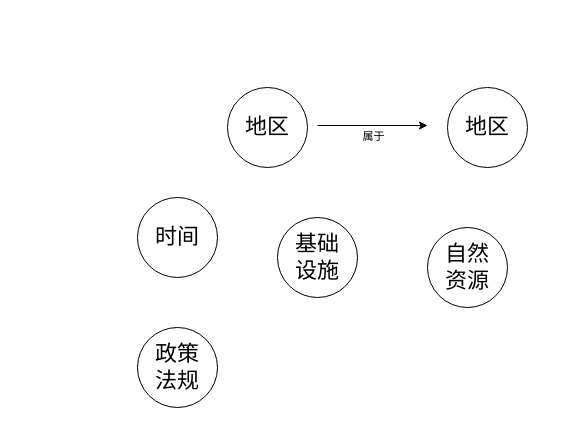
Earlier version of the draw.io diagram KG-schema.drawio (nlper-77/seq_labeling). Source tidied: cells renumbered, new cells numbered last; positions are measured from the earlier drawing's top-left corner, leaving out a move shared by most shapes. Both pictures are drawn from the tidied source at 100%, with x=0, y=0 at pixel (137, 87).
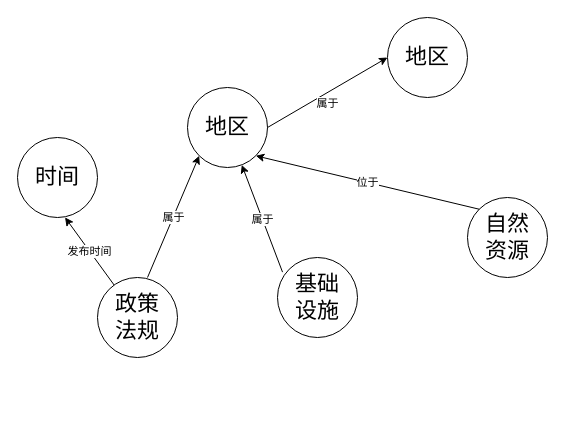
The same diagram, later.

What changed in the source:
```diff
@@
 <mxGraphModel>
   <root>
     <mxCell id="0" />
     <mxCell id="1" parent="0" />
     <mxCell id="2" value="&lt;font style=&quot;font-size: 22px;&quot;&gt;地区&lt;/font&gt;" style="ellipse;whiteSpace=wrap;html=1;" parent="1" vertex="1">
-      <mxGeometry x="90" width="80" height="80" as="geometry" />
+      <mxGeometry x="50" width="80" height="80" as="geometry" />
     </mxCell>
     <mxCell id="3" value="&lt;font style=&quot;font-size: 22px;&quot;&gt;地区&lt;/font&gt;" style="ellipse;whiteSpace=wrap;html=1;" parent="1" vertex="1">
-      <mxGeometry x="310" width="80" height="80" as="geometry" />
+      <mxGeometry x="250" y="-70" width="80" height="80" as="geometry" />
     </mxCell>
-    <mxCell id="4" style="endArrow=classic;html=1;rounded=0;" parent="1" edge="1">
-      <mxGeometry relative="1" as="geometry">
-        <mxPoint x="180" y="38" as="sourcePoint" />
-        <mxPoint x="290" y="38" as="targetPoint" />
-      </mxGeometry>
+    <mxCell id="4" style="endArrow=classic;html=1;rounded=0;entryX=0;entryY=0.5;entryDx=0;entryDy=0;exitX=1;exitY=0.5;exitDx=0;exitDy=0;" parent="1" edge="1" source="2" target="3">
+      <mxGeometry relative="1" as="geometry" />
     </mxCell>
     <mxCell id="5" value="属于" style="edgeLabel;html=1;align=center;verticalAlign=middle;" parent="4" vertex="1">
       <mxGeometry relative="1" as="geometry">
         <mxPoint y="10" as="offset" />
       </mxGeometry>
     </mxCell>
     <mxCell id="6" value="&lt;span style=&quot;font-size: 22px;&quot;&gt;时间&lt;/span&gt;" style="ellipse;whiteSpace=wrap;html=1;" parent="1" vertex="1">
-      <mxGeometry y="110" width="80" height="80" as="geometry" />
+      <mxGeometry x="-120" y="50" width="80" height="80" as="geometry" />
     </mxCell>
     <mxCell id="7" value="&lt;span style=&quot;font-size: 22px;&quot;&gt;基础&lt;br&gt;设施&lt;br&gt;&lt;/span&gt;" style="ellipse;whiteSpace=wrap;html=1;" parent="1" vertex="1">
-      <mxGeometry x="140" y="130" width="80" height="80" as="geometry" />
+      <mxGeometry x="140" y="170" width="80" height="80" as="geometry" />
     </mxCell>
     <mxCell id="8" value="&lt;span style=&quot;font-size: 22px;&quot;&gt;自然&lt;br&gt;资源&lt;br&gt;&lt;/span&gt;" style="ellipse;whiteSpace=wrap;html=1;" parent="1" vertex="1">
-      <mxGeometry x="290" y="140" width="80" height="80" as="geometry" />
+      <mxGeometry x="330" y="110" width="80" height="80" as="geometry" />
     </mxCell>
     <mxCell id="9" value="&lt;span style=&quot;font-size: 22px;&quot;&gt;政策&lt;br&gt;法规&lt;br&gt;&lt;/span&gt;" style="ellipse;whiteSpace=wrap;html=1;" parent="1" vertex="1">
-      <mxGeometry y="240" width="80" height="80" as="geometry" />
+      <mxGeometry x="-40" y="190" width="80" height="80" as="geometry" />
     </mxCell>
+    <mxCell id="10" style="endArrow=classic;html=1;rounded=0;entryX=0;entryY=1;entryDx=0;entryDy=0;" parent="1" edge="1" target="2">
+      <mxGeometry relative="1" as="geometry">
+        <mxPoint x="10" y="190" as="sourcePoint" />
+      </mxGeometry>
+    </mxCell>
+    <mxCell id="11" value="属于" style="edgeLabel;html=1;align=center;verticalAlign=middle;" parent="10" vertex="1">
+      <mxGeometry relative="1" as="geometry" />
+    </mxCell>
+    <mxCell id="12" style="endArrow=classic;html=1;rounded=0;exitX=0.063;exitY=0.183;exitDx=0;exitDy=0;exitPerimeter=0;" parent="1" edge="1" source="7" target="2">
+      <mxGeometry relative="1" as="geometry" />
+    </mxCell>
+    <mxCell id="13" value="属于" style="edgeLabel;html=1;align=center;verticalAlign=middle;" parent="12" vertex="1">
+      <mxGeometry relative="1" as="geometry" />
+    </mxCell>
+    <mxCell id="14" style="endArrow=classic;html=1;rounded=0;exitX=0;exitY=0;exitDx=0;exitDy=0;entryX=1;entryY=1;entryDx=0;entryDy=0;" parent="1" edge="1" source="8" target="2">
+      <mxGeometry relative="1" as="geometry" />
+    </mxCell>
+    <mxCell id="15" value="位于" style="edgeLabel;html=1;align=center;verticalAlign=middle;" parent="14" vertex="1">
+      <mxGeometry relative="1" as="geometry" />
+    </mxCell>
+    <mxCell id="16" style="endArrow=classic;html=1;rounded=0;entryX=0.594;entryY=0.999;entryDx=0;entryDy=0;entryPerimeter=0;" parent="1" edge="1" source="9" target="6">
+      <mxGeometry relative="1" as="geometry" />
+    </mxCell>
+    <mxCell id="17" value="发布时间" style="edgeLabel;html=1;align=center;verticalAlign=middle;" parent="16" vertex="1">
+      <mxGeometry relative="1" as="geometry" />
+    </mxCell>
   </root>
 </mxGraphModel>
```
